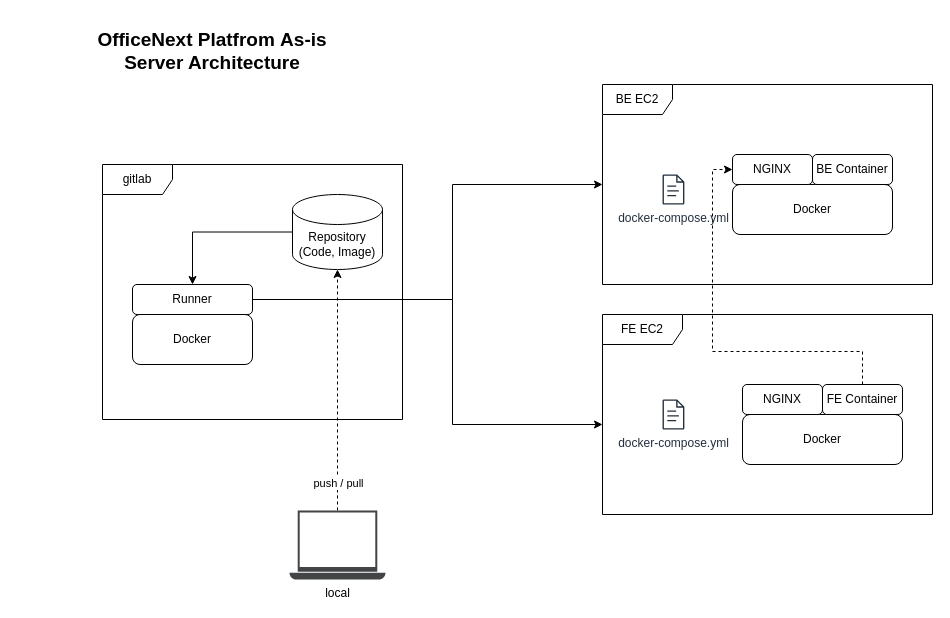
Above: 무제.drawio in djcho/draw-io-repo (draw.io), before the change. Source tidied: cells renumbered, new cells numbered last; positions are measured from the earlier drawing's top-left corner, leaving out a move shared by most shapes. Both pictures are drawn from the tidied source at 100%, with x=0, y=0 at pixel (17, 17).
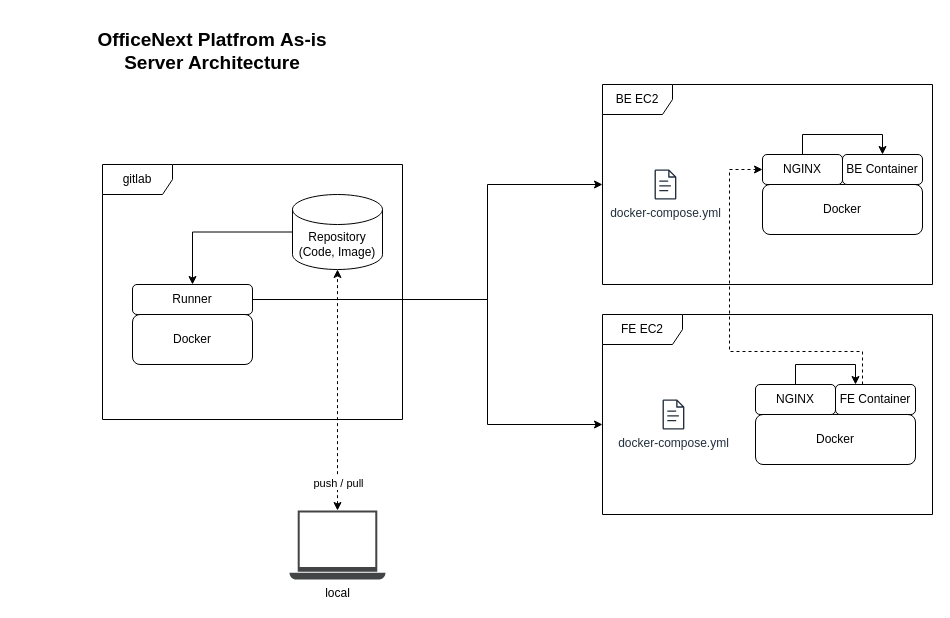
The same diagram, later.

Commit message:
무제.drawio 업데이트

The change refers to these unchanged cells:
```xml
<mxCell id="2" value="BE EC2" style="shape=umlFrame;whiteSpace=wrap;html=1;width=70;height=30;" parent="1" vertex="1">
  <mxGeometry x="585" y="67" width="330" height="200" as="geometry" />
</mxCell>
<mxCell id="3" value="FE EC2" style="shape=umlFrame;whiteSpace=wrap;html=1;width=80;height=30;" parent="1" vertex="1">
  <mxGeometry x="585" y="297" width="330" height="200" as="geometry" />
</mxCell>
<mxCell id="7" value="Runner" style="rounded=1;whiteSpace=wrap;html=1;" parent="1" vertex="1">
  <mxGeometry x="115" y="267" width="120" height="30" as="geometry" />
</mxCell>
<mxCell id="19" value="Repository&lt;br&gt;(Code, Image)" style="shape=cylinder3;whiteSpace=wrap;html=1;boundedLbl=1;backgroundOutline=1;size=15;" parent="1" vertex="1">
  <mxGeometry x="275" y="177" width="90" height="75" as="geometry" />
</mxCell>
<mxCell id="22" value="local" style="sketch=0;shadow=0;dashed=0;html=1;strokeColor=none;fillColor=#434445;labelPosition=center;verticalLabelPosition=bottom;verticalAlign=top;align=center;outlineConnect=0;shape=mxgraph.vvd.laptop;" parent="1" vertex="1">
  <mxGeometry x="272" y="493" width="96" height="69.1" as="geometry" />
</mxCell>
```

What changed in the source:
```diff
@@
     <mxCell id="5" style="edgeStyle=orthogonalEdgeStyle;rounded=0;jettySize=auto;html=1;" parent="1" edge="1" source="7" target="2">
       <mxGeometry relative="1" as="geometry">
         <Array as="points">
-          <mxPoint x="435" y="282" />
-          <mxPoint x="435" y="167" />
+          <mxPoint x="470" y="282" />
+          <mxPoint x="470" y="167" />
         </Array>
       </mxGeometry>
     </mxCell>
     <mxCell id="6" style="edgeStyle=orthogonalEdgeStyle;rounded=0;jettySize=auto;html=1;" parent="1" edge="1" source="7" target="3">
       <mxGeometry relative="1" as="geometry">
         <Array as="points">
-          <mxPoint x="435" y="282" />
-          <mxPoint x="435" y="407" />
+          <mxPoint x="470" y="282" />
+          <mxPoint x="470" y="407" />
         </Array>
       </mxGeometry>
     </mxCell>
@@
     <mxCell id="9" value="Docker" style="rounded=1;whiteSpace=wrap;html=1;" parent="1" vertex="1">
-      <mxGeometry x="715" y="167" width="160" height="50" as="geometry" />
+      <mxGeometry x="745" y="167" width="160" height="50" as="geometry" />
     </mxCell>
     <mxCell id="10" value="Docker" style="rounded=1;whiteSpace=wrap;html=1;" parent="1" vertex="1">
-      <mxGeometry x="725" y="397" width="160" height="50" as="geometry" />
+      <mxGeometry x="738" y="397" width="160" height="50" as="geometry" />
     </mxCell>
     <mxCell id="11" value="BE Container" style="rounded=1;whiteSpace=wrap;html=1;" parent="1" vertex="1">
-      <mxGeometry x="795" y="137" width="80" height="30" as="geometry" />
+      <mxGeometry x="825" y="137" width="80" height="30" as="geometry" />
     </mxCell>
     <mxCell id="12" style="edgeStyle=orthogonalEdgeStyle;rounded=0;jettySize=auto;html=1;entryX=0;entryY=0.5;entryDx=0;entryDy=0;dashed=1;" parent="1" edge="1" source="13" target="17">
       <mxGeometry relative="1" as="geometry">
         <Array as="points">
           <mxPoint x="845" y="334" />
-          <mxPoint x="695" y="334" />
-          <mxPoint x="695" y="152" />
+          <mxPoint x="712" y="334" />
+          <mxPoint x="712" y="152" />
         </Array>
       </mxGeometry>
     </mxCell>
     <mxCell id="13" value="FE Container" style="rounded=1;whiteSpace=wrap;html=1;" parent="1" vertex="1">
-      <mxGeometry x="805" y="367" width="80" height="30" as="geometry" />
+      <mxGeometry x="818" y="367" width="80" height="30" as="geometry" />
     </mxCell>
     <mxCell id="14" value="docker-compose.yml" style="sketch=0;fontColor=#232F3E;gradientColor=none;fillColor=#232F3D;strokeColor=none;dashed=0;verticalLabelPosition=bottom;verticalAlign=top;align=center;html=1;fontSize=12;fontStyle=0;shape=mxgraph.aws4.document;" parent="1" vertex="1">
-      <mxGeometry x="645" y="157" width="21.9" height="30" as="geometry" />
+      <mxGeometry x="637" y="152" width="21.9" height="30" as="geometry" />
     </mxCell>
@@
+    <mxCell id="24" style="edgeStyle=orthogonalEdgeStyle;rounded=0;jettySize=auto;html=1;entryX=0.25;entryY=0;entryDx=0;entryDy=0;" parent="1" edge="1" source="16" target="13">
+      <mxGeometry relative="1" as="geometry" />
+    </mxCell>
     <mxCell id="16" value="NGINX" style="rounded=1;whiteSpace=wrap;html=1;" parent="1" vertex="1">
-      <mxGeometry x="725" y="367" width="80" height="30" as="geometry" />
+      <mxGeometry x="738" y="367" width="80" height="30" as="geometry" />
     </mxCell>
+    <mxCell id="25" style="edgeStyle=orthogonalEdgeStyle;rounded=0;jettySize=auto;html=1;entryX=0.5;entryY=0;entryDx=0;entryDy=0;" parent="1" edge="1" source="17" target="11">
+      <mxGeometry relative="1" as="geometry" />
+    </mxCell>
     <mxCell id="17" value="NGINX" style="rounded=1;whiteSpace=wrap;html=1;" parent="1" vertex="1">
-      <mxGeometry x="715" y="137" width="80" height="30" as="geometry" />
+      <mxGeometry x="745" y="137" width="80" height="30" as="geometry" />
     </mxCell>
@@
-    <mxCell id="20" style="edgeStyle=orthogonalEdgeStyle;rounded=0;jettySize=auto;html=1;dashed=1;" parent="1" edge="1" source="22" target="19">
+    <mxCell id="20" style="edgeStyle=orthogonalEdgeStyle;rounded=0;jettySize=auto;html=1;dashed=1;startArrow=classic;startFill=1;" parent="1" edge="1" source="22" target="19">
       <mxGeometry relative="1" as="geometry" />
     </mxCell>
```
